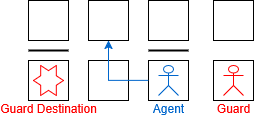
Earlier version of the draw.io export assets/images/burglebros-Hallway_Danger_Gone.drawio.png (m-rubik/burglebros-qlearning). Source tidied: cells renumbered, new cells last; positions are measured from the earlier drawing's top-left corner, leaving out a move shared by most shapes.
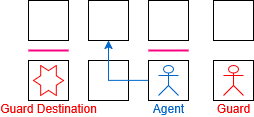
Above is the later version.

The edit, as a diff of the source:
```diff
@@ -32,13 +32,13 @@
     <mxCell id="11" value="&lt;font color=&quot;#ff0000&quot;&gt;Guard&lt;/font&gt;" style="shape=umlActor;verticalLabelPosition=bottom;verticalAlign=top;html=1;strokeColor=#FF0000;" parent="1" vertex="1">
       <mxGeometry x="195" y="65" width="20" height="30" as="geometry" />
     </mxCell>
-    <mxCell id="12" style="endArrow=none;html=1;rounded=0;strokeWidth=2;" parent="1" edge="1">
+    <mxCell id="12" style="endArrow=none;html=1;rounded=0;strokeWidth=2;strokeColor=#FF0080;" parent="1" edge="1">
       <mxGeometry relative="1" as="geometry">
         <mxPoint x="120" y="50" as="sourcePoint" />
         <mxPoint x="160" y="50" as="targetPoint" />
       </mxGeometry>
     </mxCell>
-    <mxCell id="13" style="endArrow=none;html=1;rounded=0;strokeWidth=2;" parent="1" edge="1">
+    <mxCell id="13" style="endArrow=none;html=1;rounded=0;strokeWidth=2;strokeColor=#FF0080;" parent="1" edge="1">
       <mxGeometry relative="1" as="geometry">
         <mxPoint y="50" as="sourcePoint" />
         <mxPoint x="40" y="50" as="targetPoint" />
```
